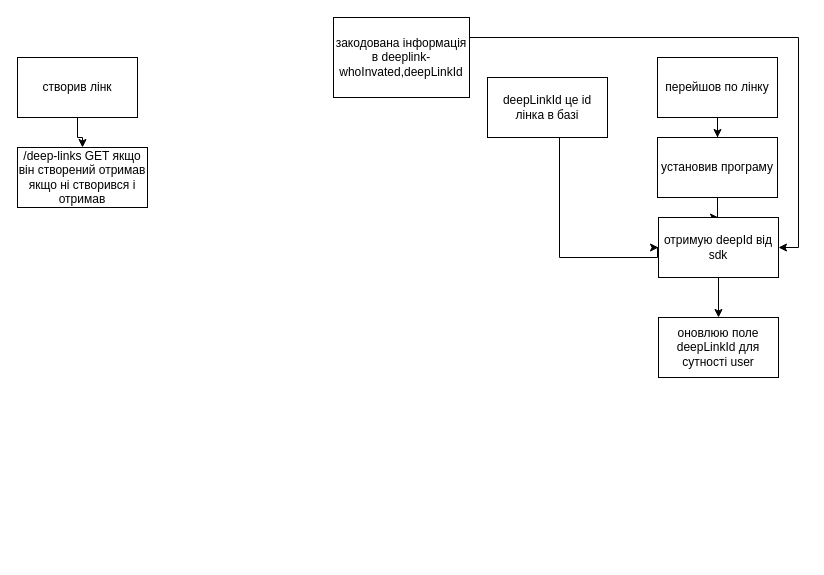
macs1756/beprog-schema keeps this draw.io diagram as Діаграма без назви.drawio. Above is the earlier version. Source tidied: cells renumbered, new cells numbered last; positions are measured from the earlier drawing's top-left corner, leaving out a move shared by most shapes. Both pictures are drawn from the tidied source at 100%, with x=0, y=0 at pixel (17, 17).
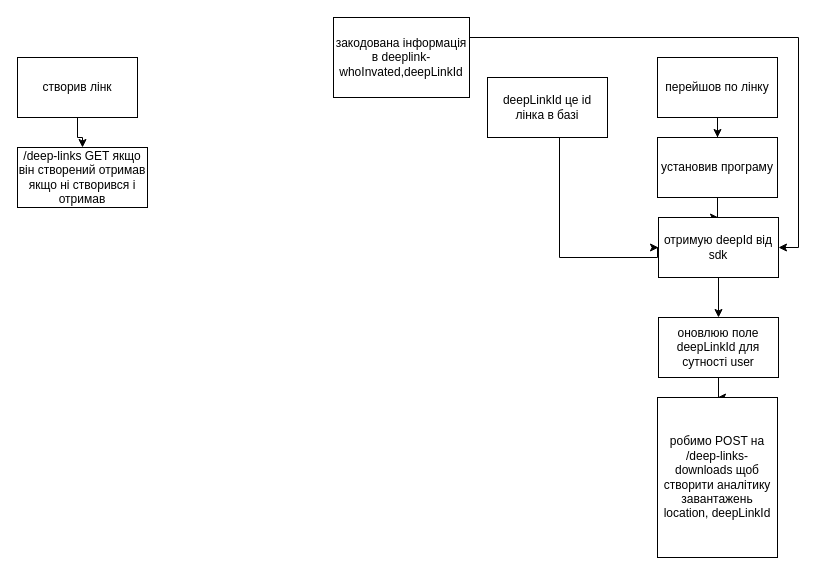
After the change.

Unchanged cells that the change refers to:
```xml
<mxCell id="13" value="оновлюю поле deepLinkId для сутності user" style="rounded=0;whiteSpace=wrap;html=1;" parent="1" vertex="1">
  <mxGeometry x="641" y="300" width="120" height="60" as="geometry" />
</mxCell>
```

The edit, as a diff of the source:
```diff
@@
+    <mxCell id="16" style="edgeStyle=orthogonalEdgeStyle;rounded=0;jettySize=auto;html=1;" parent="1" edge="1" source="13" target="17">
+      <mxGeometry relative="1" as="geometry" />
+    </mxCell>
@@
+    <mxCell id="17" value="робимо POST на /deep-links-downloads щоб створити аналітику завантажень location, deepLinkId" style="rounded=0;whiteSpace=wrap;html=1;" parent="1" vertex="1">
+      <mxGeometry x="640" y="380" width="120" height="160" as="geometry" />
+    </mxCell>
```
